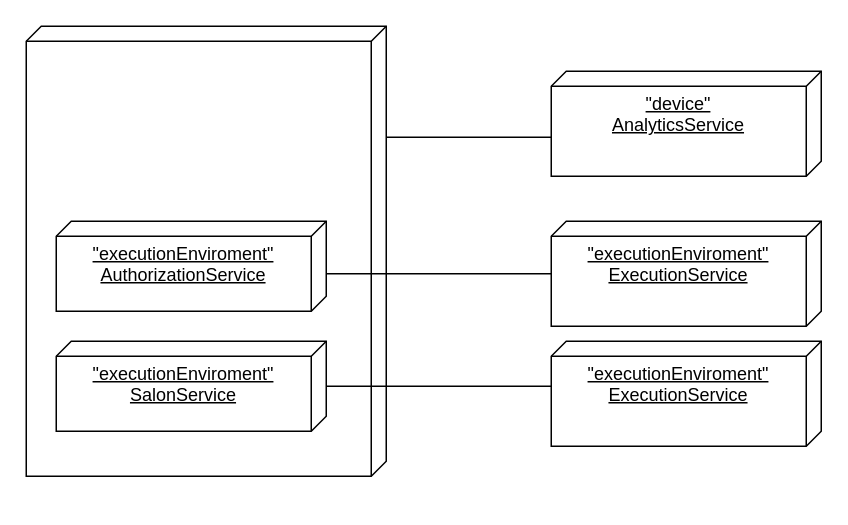
The draw.io diagram Диаграмма_развертывания.drawio in Artvell3000/umlLab2, before the edit. Source tidied: cells renumbered, new cells numbered last; positions are measured from the earlier drawing's top-left corner, leaving out a move shared by most shapes. Both pictures are drawn from the tidied source at 150%, with x=0, y=0 at pixel (26, 26).
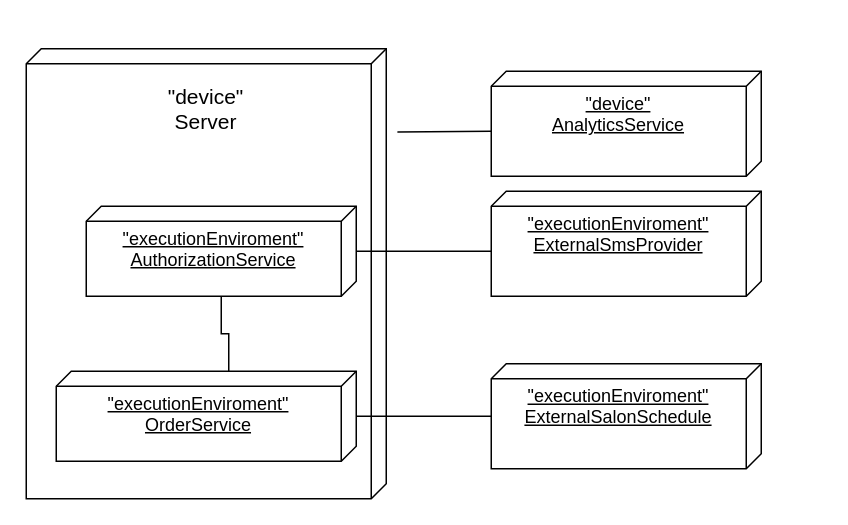
The same diagram, later.

The edit, as a diff of the source:
```diff
@@
 <mxGraphModel>
   <root>
     <mxCell id="0" />
     <mxCell id="1" parent="0" />
     <mxCell id="2" style="verticalAlign=top;align=left;spacingTop=8;spacingLeft=2;spacingRight=12;shape=cube;size=10;direction=south;fontStyle=4;html=1;whiteSpace=wrap;" parent="1" vertex="1">
-      <mxGeometry width="240" height="300" as="geometry" />
+      <mxGeometry y="15" width="240" height="300" as="geometry" />
     </mxCell>
     <mxCell id="3" value="&quot;executionEnviroment&quot;&lt;br&gt;AuthorizationService" style="verticalAlign=top;align=center;spacingTop=8;spacingLeft=2;spacingRight=12;shape=cube;size=10;direction=south;fontStyle=4;html=1;whiteSpace=wrap;" parent="1" vertex="1">
-      <mxGeometry x="20" y="130" width="180" height="60" as="geometry" />
+      <mxGeometry x="40" y="120" width="180" height="60" as="geometry" />
     </mxCell>
+    <mxCell id="11" style="edgeStyle=orthogonalEdgeStyle;rounded=0;jettySize=auto;html=1;endArrow=none;endFill=0;" parent="1" edge="1" source="4" target="10">
+      <mxGeometry relative="1" as="geometry" />
+    </mxCell>
-    <mxCell id="4" value="&quot;executionEnviroment&quot;&lt;br&gt;SalonService" style="verticalAlign=top;align=center;spacingTop=8;spacingLeft=2;spacingRight=12;shape=cube;size=10;direction=south;fontStyle=4;html=1;whiteSpace=wrap;" parent="1" vertex="1">
-      <mxGeometry x="20" y="210" width="180" height="60" as="geometry" />
+    <mxCell id="4" value="&quot;executionEnviroment&quot;&lt;br&gt;OrderService" style="verticalAlign=top;align=center;spacingTop=8;spacingLeft=2;spacingRight=12;shape=cube;size=10;direction=south;fontStyle=4;html=1;whiteSpace=wrap;" parent="1" vertex="1">
+      <mxGeometry x="20" y="230" width="200" height="60" as="geometry" />
     </mxCell>
     <mxCell id="5" value="&quot;device&quot;&lt;br&gt;AnalyticsService" style="verticalAlign=top;align=center;spacingTop=8;spacingLeft=2;spacingRight=12;shape=cube;size=10;direction=south;fontStyle=4;html=1;whiteSpace=wrap;" parent="1" vertex="1">
-      <mxGeometry x="350" y="30" width="180" height="70" as="geometry" />
+      <mxGeometry x="310" y="30" width="180" height="70" as="geometry" />
     </mxCell>
-    <mxCell id="6" style="line;strokeWidth=1;fillColor=none;align=left;verticalAlign=middle;spacingTop=-1;spacingLeft=3;spacingRight=3;labelPosition=right;strokeColor=inherit;" parent="1" vertex="1">
-      <mxGeometry x="240" y="70" width="110" height="8" as="geometry" />
-    </mxCell>
-    <mxCell id="7" value="&quot;executionEnviroment&quot;&lt;br style=&quot;border-color: var(--border-color);&quot;&gt;ExecutionService" style="verticalAlign=top;align=center;spacingTop=8;spacingLeft=2;spacingRight=12;shape=cube;size=10;direction=south;fontStyle=4;html=1;whiteSpace=wrap;" parent="1" vertex="1">
-      <mxGeometry x="350" y="130" width="180" height="70" as="geometry" />
+    <mxCell id="7" value="&quot;executionEnviroment&quot;&lt;br style=&quot;border-color: var(--border-color);&quot;&gt;ExternalSmsProvider" style="verticalAlign=top;align=center;spacingTop=8;spacingLeft=2;spacingRight=12;shape=cube;size=10;direction=south;fontStyle=4;html=1;whiteSpace=wrap;" parent="1" vertex="1">
+      <mxGeometry x="310" y="110" width="180" height="70" as="geometry" />
     </mxCell>
-    <mxCell id="8" style="line;strokeWidth=1;fillColor=none;align=left;verticalAlign=middle;spacingTop=-1;spacingLeft=3;spacingRight=3;labelPosition=right;strokeColor=inherit;" parent="1" vertex="1">
-      <mxGeometry x="200" y="161" width="150" height="8" as="geometry" />
-    </mxCell>
-    <mxCell id="9" style="line;strokeWidth=1;fillColor=none;align=left;verticalAlign=middle;spacingTop=-1;spacingLeft=3;spacingRight=3;labelPosition=right;strokeColor=inherit;" parent="1" vertex="1">
-      <mxGeometry x="200" y="236" width="150" height="8" as="geometry" />
-    </mxCell>
-    <mxCell id="10" value="&quot;executionEnviroment&quot;&lt;br style=&quot;border-color: var(--border-color);&quot;&gt;ExecutionService" style="verticalAlign=top;align=center;spacingTop=8;spacingLeft=2;spacingRight=12;shape=cube;size=10;direction=south;fontStyle=4;html=1;whiteSpace=wrap;" parent="1" vertex="1">
-      <mxGeometry x="350" y="210" width="180" height="70" as="geometry" />
+    <mxCell id="10" value="&quot;executionEnviroment&quot;&lt;br style=&quot;border-color: var(--border-color);&quot;&gt;ExternalSalonSchedule" style="verticalAlign=top;align=center;spacingTop=8;spacingLeft=2;spacingRight=12;shape=cube;size=10;direction=south;fontStyle=4;html=1;whiteSpace=wrap;" parent="1" vertex="1">
+      <mxGeometry x="310" y="225" width="180" height="70" as="geometry" />
     </mxCell>
+    <mxCell id="12" style="edgeStyle=orthogonalEdgeStyle;rounded=0;jettySize=auto;html=1;entryX=0;entryY=0;entryDx=0;entryDy=85;entryPerimeter=0;endArrow=none;endFill=0;" parent="1" edge="1" source="3" target="4">
+      <mxGeometry relative="1" as="geometry" />
+    </mxCell>
+    <mxCell id="13" style="edgeStyle=orthogonalEdgeStyle;rounded=0;jettySize=auto;html=1;entryX=0;entryY=0;entryDx=40;entryDy=180;entryPerimeter=0;endArrow=none;endFill=0;" parent="1" edge="1" source="3" target="7">
+      <mxGeometry relative="1" as="geometry" />
+    </mxCell>
+    <mxCell id="14" style="endArrow=none;html=1;rounded=0;entryX=0;entryY=0;entryDx=40;entryDy=180;entryPerimeter=0;exitX=0.185;exitY=-0.031;exitDx=0;exitDy=0;exitPerimeter=0;" parent="1" edge="1" source="2" target="5">
+      <mxGeometry relative="1" as="geometry" />
+    </mxCell>
+    <mxCell id="15" value="&lt;font style=&quot;font-size: 14px;&quot;&gt;&quot;device&quot;&lt;br&gt;Server&lt;/font&gt;" style="text;html=1;strokeColor=none;fillColor=none;align=center;verticalAlign=middle;whiteSpace=wrap;rounded=0;" parent="1" vertex="1">
+      <mxGeometry x="90" y="40" width="60" height="30" as="geometry" />
+    </mxCell>
   </root>
 </mxGraphModel>
```
